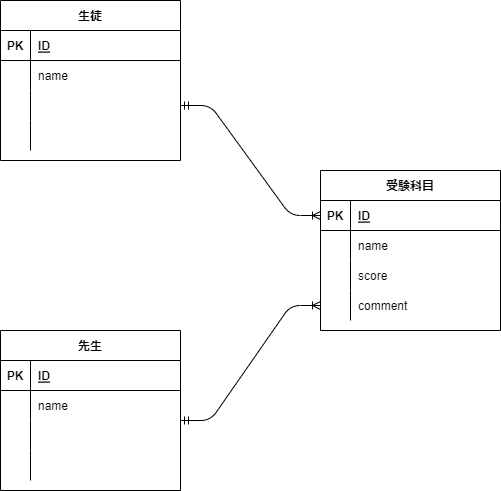
Above: .drawio.png in kaoriii7/coachtech-ER (draw.io), before the change. Source tidied: cells renumbered, new cells last; positions are measured from the earlier drawing's top-left corner, leaving out a move shared by most shapes. Source of this version:
```xml
<mxGraphModel>
  <root>
    <mxCell id="0" />
    <mxCell id="1" parent="0" />
    <mxCell id="2" value="生徒" style="shape=table;startSize=30;rowLines=0;fontStyle=1;align=center;" parent="1" vertex="1">
      <mxGeometry width="180" height="160" as="geometry" />
    </mxCell>
    <mxCell id="3" style="shape=partialRectangle;fillColor=none;top=0;left=0;bottom=1;right=0;" parent="2" vertex="1">
      <mxGeometry y="30" width="180" height="30" as="geometry" />
    </mxCell>
    <mxCell id="4" value="PK" style="shape=partialRectangle;fillColor=none;top=0;left=0;bottom=0;right=0;fontStyle=1;overflow=hidden;" parent="3" vertex="1">
      <mxGeometry width="30" height="30" as="geometry" />
    </mxCell>
    <mxCell id="5" value="ID" style="shape=partialRectangle;fillColor=none;top=0;left=0;bottom=0;right=0;align=left;spacingLeft=6;fontStyle=5;overflow=hidden;" parent="3" vertex="1">
      <mxGeometry x="30" width="150" height="30" as="geometry" />
    </mxCell>
    <mxCell id="6" style="shape=partialRectangle;fillColor=none;top=0;left=0;bottom=0;right=0;" parent="2" vertex="1">
      <mxGeometry y="60" width="180" height="30" as="geometry" />
    </mxCell>
    <mxCell id="7" style="shape=partialRectangle;fillColor=none;top=0;left=0;bottom=0;right=0;overflow=hidden;" parent="6" vertex="1">
      <mxGeometry width="30" height="30" as="geometry" />
    </mxCell>
    <mxCell id="8" value="name" style="shape=partialRectangle;fillColor=none;top=0;left=0;bottom=0;right=0;align=left;spacingLeft=6;overflow=hidden;" parent="6" vertex="1">
      <mxGeometry x="30" width="150" height="30" as="geometry" />
    </mxCell>
    <mxCell id="9" style="shape=partialRectangle;fillColor=none;top=0;left=0;bottom=0;right=0;points=[[0,0.5],[1,0.5]];portConstraint=eastwest;" parent="2" vertex="1">
      <mxGeometry y="90" width="180" height="30" as="geometry" />
    </mxCell>
    <mxCell id="10" style="shape=partialRectangle;fillColor=none;top=0;left=0;bottom=0;right=0;overflow=hidden;" parent="9" vertex="1">
      <mxGeometry width="30" height="30" as="geometry" />
    </mxCell>
    <mxCell id="11" style="shape=partialRectangle;fillColor=none;top=0;left=0;bottom=0;right=0;align=left;spacingLeft=6;overflow=hidden;" parent="9" vertex="1">
      <mxGeometry x="30" width="150" height="30" as="geometry" />
    </mxCell>
    <mxCell id="12" style="shape=partialRectangle;fillColor=none;top=0;left=0;bottom=0;right=0;" parent="2" vertex="1">
      <mxGeometry y="120" width="180" height="30" as="geometry" />
    </mxCell>
    <mxCell id="13" style="shape=partialRectangle;fillColor=none;top=0;left=0;bottom=0;right=0;overflow=hidden;" parent="12" vertex="1">
      <mxGeometry width="30" height="30" as="geometry" />
    </mxCell>
    <mxCell id="14" style="shape=partialRectangle;fillColor=none;top=0;left=0;bottom=0;right=0;align=left;spacingLeft=6;overflow=hidden;" parent="12" vertex="1">
      <mxGeometry x="30" width="150" height="30" as="geometry" />
    </mxCell>
    <mxCell id="15" value="受験科目" style="shape=table;startSize=30;rowLines=0;fontStyle=1;align=center;" parent="1" vertex="1">
      <mxGeometry x="320" y="170" width="180" height="160" as="geometry" />
    </mxCell>
    <mxCell id="16" style="shape=partialRectangle;fillColor=none;top=0;left=0;bottom=1;right=0;points=[[0,0.5],[1,0.5]];portConstraint=eastwest;" parent="15" vertex="1">
      <mxGeometry y="30" width="180" height="30" as="geometry" />
    </mxCell>
    <mxCell id="17" value="PK" style="shape=partialRectangle;fillColor=none;top=0;left=0;bottom=0;right=0;fontStyle=1;overflow=hidden;" parent="16" vertex="1">
      <mxGeometry width="30" height="30" as="geometry" />
    </mxCell>
    <mxCell id="18" value="ID" style="shape=partialRectangle;fillColor=none;top=0;left=0;bottom=0;right=0;align=left;spacingLeft=6;fontStyle=5;overflow=hidden;" parent="16" vertex="1">
      <mxGeometry x="30" width="150" height="30" as="geometry" />
    </mxCell>
    <mxCell id="19" style="shape=partialRectangle;fillColor=none;top=0;left=0;bottom=0;right=0;" parent="15" vertex="1">
      <mxGeometry y="60" width="180" height="30" as="geometry" />
    </mxCell>
    <mxCell id="20" style="shape=partialRectangle;fillColor=none;top=0;left=0;bottom=0;right=0;overflow=hidden;" parent="19" vertex="1">
      <mxGeometry width="30" height="30" as="geometry" />
    </mxCell>
    <mxCell id="21" value="name " style="shape=partialRectangle;fillColor=none;top=0;left=0;bottom=0;right=0;align=left;spacingLeft=6;overflow=hidden;" parent="19" vertex="1">
      <mxGeometry x="30" width="150" height="30" as="geometry" />
    </mxCell>
    <mxCell id="22" style="shape=partialRectangle;fillColor=none;top=0;left=0;bottom=0;right=0;" parent="15" vertex="1">
      <mxGeometry y="90" width="180" height="30" as="geometry" />
    </mxCell>
    <mxCell id="23" style="shape=partialRectangle;fillColor=none;top=0;left=0;bottom=0;right=0;overflow=hidden;" parent="22" vertex="1">
      <mxGeometry width="30" height="30" as="geometry" />
    </mxCell>
    <mxCell id="24" value="score" style="shape=partialRectangle;fillColor=none;top=0;left=0;bottom=0;right=0;align=left;spacingLeft=6;overflow=hidden;" parent="22" vertex="1">
      <mxGeometry x="30" width="150" height="30" as="geometry" />
    </mxCell>
    <mxCell id="25" style="shape=partialRectangle;fillColor=none;top=0;left=0;bottom=0;right=0;points=[[0,0.5],[1,0.5]];portConstraint=eastwest;" parent="15" vertex="1">
      <mxGeometry y="120" width="180" height="30" as="geometry" />
    </mxCell>
    <mxCell id="26" style="shape=partialRectangle;fillColor=none;top=0;left=0;bottom=0;right=0;overflow=hidden;" parent="25" vertex="1">
      <mxGeometry width="30" height="30" as="geometry" />
    </mxCell>
    <mxCell id="27" value="comment" style="shape=partialRectangle;fillColor=none;top=0;left=0;bottom=0;right=0;align=left;spacingLeft=6;overflow=hidden;" parent="25" vertex="1">
      <mxGeometry x="30" width="150" height="30" as="geometry" />
    </mxCell>
    <mxCell id="28" value="先生" style="shape=table;startSize=30;rowLines=0;fontStyle=1;align=center;" parent="1" vertex="1">
      <mxGeometry y="330" width="180" height="160" as="geometry" />
    </mxCell>
    <mxCell id="29" style="shape=partialRectangle;fillColor=none;top=0;left=0;bottom=1;right=0;" parent="28" vertex="1">
      <mxGeometry y="30" width="180" height="30" as="geometry" />
    </mxCell>
    <mxCell id="30" value="PK" style="shape=partialRectangle;fillColor=none;top=0;left=0;bottom=0;right=0;fontStyle=1;overflow=hidden;" parent="29" vertex="1">
      <mxGeometry width="30" height="30" as="geometry" />
    </mxCell>
    <mxCell id="31" value="ID" style="shape=partialRectangle;fillColor=none;top=0;left=0;bottom=0;right=0;align=left;spacingLeft=6;fontStyle=5;overflow=hidden;" parent="29" vertex="1">
      <mxGeometry x="30" width="150" height="30" as="geometry" />
    </mxCell>
    <mxCell id="32" style="shape=partialRectangle;fillColor=none;top=0;left=0;bottom=0;right=0;" parent="28" vertex="1">
      <mxGeometry y="60" width="180" height="30" as="geometry" />
    </mxCell>
    <mxCell id="33" style="shape=partialRectangle;fillColor=none;top=0;left=0;bottom=0;right=0;overflow=hidden;" parent="32" vertex="1">
      <mxGeometry width="30" height="30" as="geometry" />
    </mxCell>
    <mxCell id="34" value="name" style="shape=partialRectangle;fillColor=none;top=0;left=0;bottom=0;right=0;align=left;spacingLeft=6;overflow=hidden;" parent="32" vertex="1">
      <mxGeometry x="30" width="150" height="30" as="geometry" />
    </mxCell>
    <mxCell id="35" style="shape=partialRectangle;fillColor=none;top=0;left=0;bottom=0;right=0;points=[[0,0.5],[1,0.5]];portConstraint=eastwest;" parent="28" vertex="1">
      <mxGeometry y="90" width="180" height="30" as="geometry" />
    </mxCell>
    <mxCell id="36" style="shape=partialRectangle;fillColor=none;top=0;left=0;bottom=0;right=0;overflow=hidden;" parent="35" vertex="1">
      <mxGeometry width="30" height="30" as="geometry" />
    </mxCell>
    <mxCell id="37" style="shape=partialRectangle;fillColor=none;top=0;left=0;bottom=0;right=0;align=left;spacingLeft=6;overflow=hidden;" parent="35" vertex="1">
      <mxGeometry x="30" width="150" height="30" as="geometry" />
    </mxCell>
    <mxCell id="38" style="shape=partialRectangle;fillColor=none;top=0;left=0;bottom=0;right=0;" parent="28" vertex="1">
      <mxGeometry y="120" width="180" height="30" as="geometry" />
    </mxCell>
    <mxCell id="39" style="shape=partialRectangle;fillColor=none;top=0;left=0;bottom=0;right=0;overflow=hidden;" parent="38" vertex="1">
      <mxGeometry width="30" height="30" as="geometry" />
    </mxCell>
    <mxCell id="40" style="shape=partialRectangle;fillColor=none;top=0;left=0;bottom=0;right=0;align=left;spacingLeft=6;overflow=hidden;" parent="38" vertex="1">
      <mxGeometry x="30" width="150" height="30" as="geometry" />
    </mxCell>
    <mxCell id="41" style="edgeStyle=entityRelationEdgeStyle;fontSize=12;html=1;endArrow=ERoneToMany;startArrow=ERmandOne;exitX=1;exitY=0.5;exitDx=0;exitDy=0;entryX=0;entryY=0.5;entryDx=0;entryDy=0;" parent="1" edge="1" source="9" target="16">
      <mxGeometry relative="1" as="geometry" />
    </mxCell>
    <mxCell id="42" style="edgeStyle=entityRelationEdgeStyle;fontSize=12;html=1;endArrow=ERoneToMany;startArrow=ERmandOne;entryX=0;entryY=0.5;entryDx=0;entryDy=0;" parent="1" edge="1" target="25">
      <mxGeometry relative="1" as="geometry">
        <mxPoint x="180" y="420" as="sourcePoint" />
      </mxGeometry>
    </mxCell>
  </root>
</mxGraphModel>
```
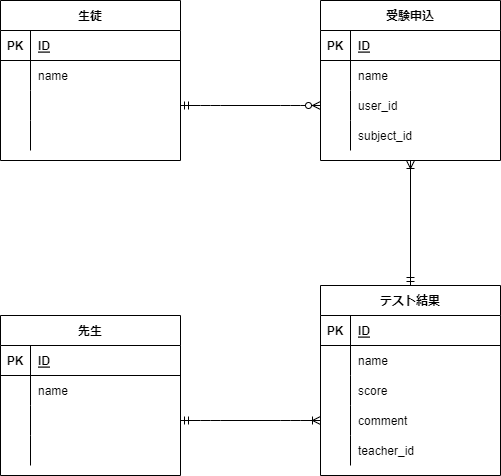
Later version of the same file.

Change to the diagram source:
```diff
@@ -41,8 +41,8 @@
     <mxCell id="14" style="shape=partialRectangle;fillColor=none;top=0;left=0;bottom=0;right=0;align=left;spacingLeft=6;overflow=hidden;" parent="12" vertex="1">
       <mxGeometry x="30" width="150" height="30" as="geometry" />
     </mxCell>
-    <mxCell id="15" value="受験科目" style="shape=table;startSize=30;rowLines=0;fontStyle=1;align=center;" parent="1" vertex="1">
-      <mxGeometry x="320" y="170" width="180" height="160" as="geometry" />
+    <mxCell id="15" value="テスト結果" style="shape=table;startSize=30;rowLines=0;fontStyle=1;align=center;" parent="1" vertex="1">
+      <mxGeometry x="320" y="285" width="180" height="190" as="geometry" />
     </mxCell>
     <mxCell id="16" style="shape=partialRectangle;fillColor=none;top=0;left=0;bottom=1;right=0;points=[[0,0.5],[1,0.5]];portConstraint=eastwest;" parent="15" vertex="1">
       <mxGeometry y="30" width="180" height="30" as="geometry" />
@@ -80,8 +80,17 @@
     <mxCell id="27" value="comment" style="shape=partialRectangle;fillColor=none;top=0;left=0;bottom=0;right=0;align=left;spacingLeft=6;overflow=hidden;" parent="25" vertex="1">
       <mxGeometry x="30" width="150" height="30" as="geometry" />
     </mxCell>
+    <mxCell id="43" style="shape=partialRectangle;fillColor=none;top=0;left=0;bottom=0;right=0;" parent="15" vertex="1">
+      <mxGeometry y="150" width="180" height="30" as="geometry" />
+    </mxCell>
+    <mxCell id="44" style="shape=partialRectangle;fillColor=none;top=0;left=0;bottom=0;right=0;overflow=hidden;" parent="43" vertex="1">
+      <mxGeometry width="30" height="30" as="geometry" />
+    </mxCell>
+    <mxCell id="45" value="teacher_id" style="shape=partialRectangle;fillColor=none;top=0;left=0;bottom=0;right=0;align=left;spacingLeft=6;overflow=hidden;" parent="43" vertex="1">
+      <mxGeometry x="30" width="150" height="30" as="geometry" />
+    </mxCell>
     <mxCell id="28" value="先生" style="shape=table;startSize=30;rowLines=0;fontStyle=1;align=center;" parent="1" vertex="1">
-      <mxGeometry y="330" width="180" height="160" as="geometry" />
+      <mxGeometry y="315" width="180" height="160" as="geometry" />
     </mxCell>
     <mxCell id="29" style="shape=partialRectangle;fillColor=none;top=0;left=0;bottom=1;right=0;" parent="28" vertex="1">
       <mxGeometry y="30" width="180" height="30" as="geometry" />
@@ -119,13 +128,53 @@
     <mxCell id="40" style="shape=partialRectangle;fillColor=none;top=0;left=0;bottom=0;right=0;align=left;spacingLeft=6;overflow=hidden;" parent="38" vertex="1">
       <mxGeometry x="30" width="150" height="30" as="geometry" />
     </mxCell>
-    <mxCell id="41" style="edgeStyle=entityRelationEdgeStyle;fontSize=12;html=1;endArrow=ERoneToMany;startArrow=ERmandOne;exitX=1;exitY=0.5;exitDx=0;exitDy=0;entryX=0;entryY=0.5;entryDx=0;entryDy=0;" parent="1" edge="1" source="9" target="16">
-      <mxGeometry relative="1" as="geometry" />
-    </mxCell>
-    <mxCell id="42" style="edgeStyle=entityRelationEdgeStyle;fontSize=12;html=1;endArrow=ERoneToMany;startArrow=ERmandOne;entryX=0;entryY=0.5;entryDx=0;entryDy=0;" parent="1" edge="1" target="25">
-      <mxGeometry relative="1" as="geometry">
-        <mxPoint x="180" y="420" as="sourcePoint" />
-      </mxGeometry>
+    <mxCell id="42" style="edgeStyle=entityRelationEdgeStyle;fontSize=12;html=1;endArrow=ERoneToMany;startArrow=ERmandOne;entryX=0;entryY=0.5;entryDx=0;entryDy=0;exitX=1;exitY=0.5;exitDx=0;exitDy=0;" parent="1" edge="1" source="35" target="25">
+      <mxGeometry relative="1" as="geometry" />
     </mxCell>
+    <mxCell id="46" value="受験申込" style="shape=table;startSize=30;rowLines=0;fontStyle=1;align=center;" parent="1" vertex="1">
+      <mxGeometry x="320" width="180" height="160" as="geometry" />
+    </mxCell>
+    <mxCell id="47" style="shape=partialRectangle;fillColor=none;top=0;left=0;bottom=1;right=0;" parent="46" vertex="1">
+      <mxGeometry y="30" width="180" height="30" as="geometry" />
+    </mxCell>
+    <mxCell id="48" value="PK" style="shape=partialRectangle;fillColor=none;top=0;left=0;bottom=0;right=0;fontStyle=1;overflow=hidden;" parent="47" vertex="1">
+      <mxGeometry width="30" height="30" as="geometry" />
+    </mxCell>
+    <mxCell id="49" value="ID" style="shape=partialRectangle;fillColor=none;top=0;left=0;bottom=0;right=0;align=left;spacingLeft=6;fontStyle=5;overflow=hidden;" parent="47" vertex="1">
+      <mxGeometry x="30" width="150" height="30" as="geometry" />
+    </mxCell>
+    <mxCell id="50" style="shape=partialRectangle;fillColor=none;top=0;left=0;bottom=0;right=0;" parent="46" vertex="1">
+      <mxGeometry y="60" width="180" height="30" as="geometry" />
+    </mxCell>
+    <mxCell id="51" style="shape=partialRectangle;fillColor=none;top=0;left=0;bottom=0;right=0;overflow=hidden;" parent="50" vertex="1">
+      <mxGeometry width="30" height="30" as="geometry" />
+    </mxCell>
+    <mxCell id="52" value="name" style="shape=partialRectangle;fillColor=none;top=0;left=0;bottom=0;right=0;align=left;spacingLeft=6;overflow=hidden;" parent="50" vertex="1">
+      <mxGeometry x="30" width="150" height="30" as="geometry" />
+    </mxCell>
+    <mxCell id="53" style="shape=partialRectangle;fillColor=none;top=0;left=0;bottom=0;right=0;points=[[0,0.5],[1,0.5]];portConstraint=eastwest;" parent="46" vertex="1">
+      <mxGeometry y="90" width="180" height="30" as="geometry" />
+    </mxCell>
+    <mxCell id="54" style="shape=partialRectangle;fillColor=none;top=0;left=0;bottom=0;right=0;overflow=hidden;" parent="53" vertex="1">
+      <mxGeometry width="30" height="30" as="geometry" />
+    </mxCell>
+    <mxCell id="55" value="user_id" style="shape=partialRectangle;fillColor=none;top=0;left=0;bottom=0;right=0;align=left;spacingLeft=6;overflow=hidden;" parent="53" vertex="1">
+      <mxGeometry x="30" width="150" height="30" as="geometry" />
+    </mxCell>
+    <mxCell id="56" style="shape=partialRectangle;fillColor=none;top=0;left=0;bottom=0;right=0;" parent="46" vertex="1">
+      <mxGeometry y="120" width="180" height="30" as="geometry" />
+    </mxCell>
+    <mxCell id="57" style="shape=partialRectangle;fillColor=none;top=0;left=0;bottom=0;right=0;overflow=hidden;" parent="56" vertex="1">
+      <mxGeometry width="30" height="30" as="geometry" />
+    </mxCell>
+    <mxCell id="58" value="subject_id" style="shape=partialRectangle;fillColor=none;top=0;left=0;bottom=0;right=0;align=left;spacingLeft=6;overflow=hidden;" parent="56" vertex="1">
+      <mxGeometry x="30" width="150" height="30" as="geometry" />
+    </mxCell>
+    <mxCell id="59" style="edgeStyle=entityRelationEdgeStyle;fontSize=12;html=1;endArrow=ERzeroToMany;startArrow=ERmandOne;exitX=1;exitY=0.5;exitDx=0;exitDy=0;entryX=0;entryY=0.5;entryDx=0;entryDy=0;" parent="1" edge="1" source="9" target="53">
+      <mxGeometry relative="1" as="geometry" />
+    </mxCell>
+    <mxCell id="60" style="fontSize=12;html=1;endArrow=ERoneToMany;startArrow=ERmandOne;exitX=0.5;exitY=0;exitDx=0;exitDy=0;entryX=0.5;entryY=1;entryDx=0;entryDy=0;" parent="1" edge="1" source="15" target="46">
+      <mxGeometry relative="1" as="geometry" />
+    </mxCell>
   </root>
 </mxGraphModel>
```
